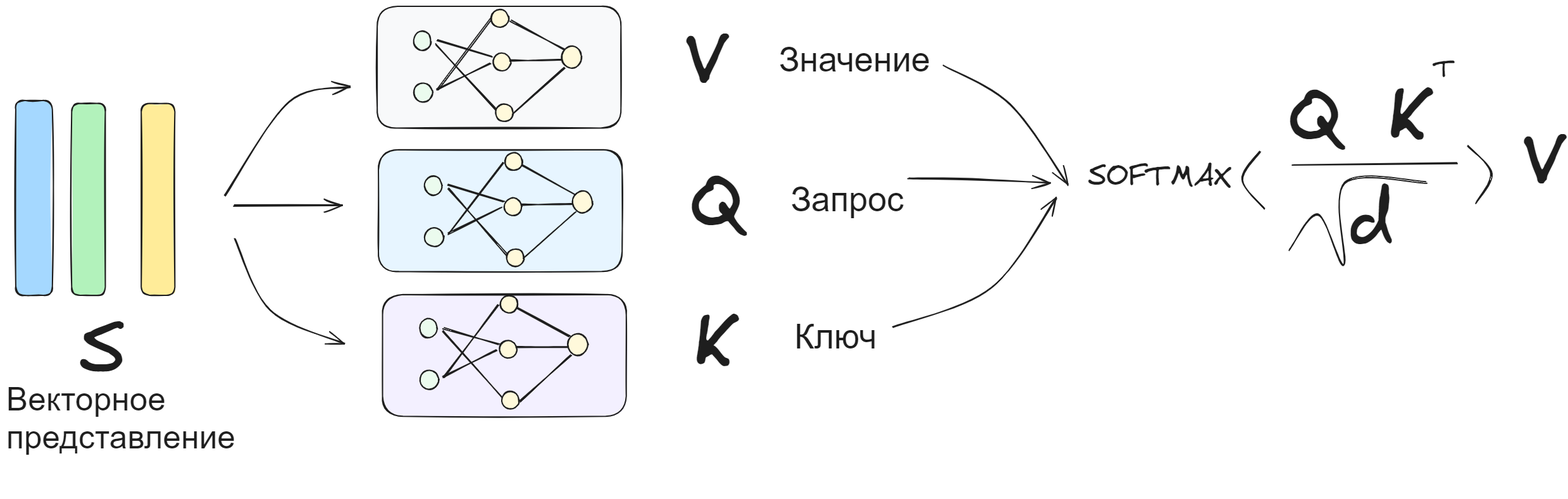
Before: diplom/assets/ml/nn/transformer.excalidraw.png, a diagram exported from Excalidraw (NMashalov/EducationGenerativeModelApplication). Source tidied: one line per element, renumbered; positions are measured from the earlier drawing's top-left corner, leaving out a move shared by most shapes.
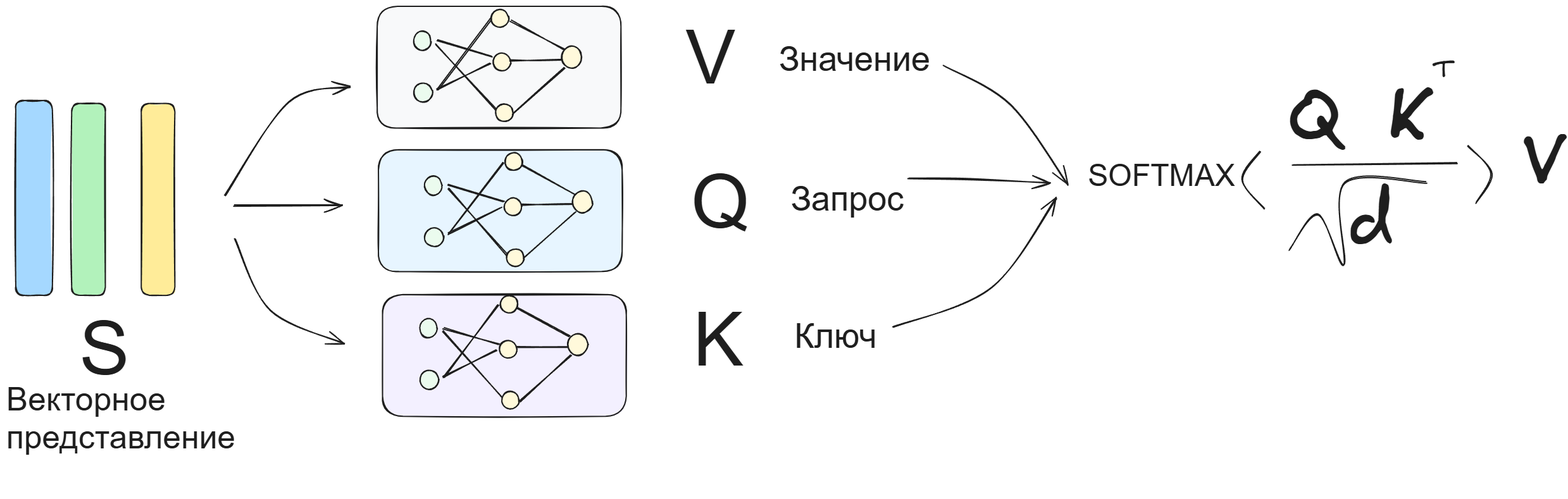
Later version of the same file.

The edit, as a diff of the source:
```diff
@@ -12,7 +12,7 @@
 {"id": 11, "type": "line", "strokeColor": "#1e1e1e", "angle": 1.58, "backgroundColor": "#fff9db", "fillStyle": "solid", "strokeWidth": 2, "roughness": 1, "round": true, "x": 879, "y": 174, "width": 73, "height": 81, "points": [[0, 0], [-73, -81]]}
 {"id": 12, "type": "line", "strokeColor": "#1e1e1e", "angle": 1.58, "backgroundColor": "#fff9db", "fillStyle": "solid", "strokeWidth": 2, "roughness": 1, "round": true, "x": 839, "y": 126, "width": 1, "height": 83, "points": [[0, 0], [-1, -37], [-1, -83]]}
 {"id": 13, "type": "ellipse", "strokeColor": "#1e1e1e", "angle": 1.58, "backgroundColor": "#fff9db", "fillStyle": "solid", "strokeWidth": 2, "roughness": 1, "round": true, "x": 876, "y": 65, "width": 34, "height": 32}
-{"id": 14, "type": "text", "text": "SOFTMAX", "strokeColor": "#1e1e1e", "strokeWidth": 2, "roughness": 1, "fontSize": 48.16, "fontFamily": 1, "x": 1709, "y": 240, "width": 228, "height": 60}
+{"id": 14, "type": "text", "text": "SOFTMAX", "strokeColor": "#1e1e1e", "strokeWidth": 2, "roughness": 1, "fontSize": 48.16, "fontFamily": 2, "x": 1709, "y": 240, "width": 233, "height": 55}
 {"id": 15, "type": "line", "strokeColor": "#1e1e1e", "strokeWidth": 2, "roughness": 1, "round": true, "x": 1982, "y": 229, "width": 34, "height": 91, "points": [[0, 0], [-28, 45], [6, 91]]}
 {"id": 16, "type": "text", "text": "Q", "strokeColor": "#1e1e1e", "strokeWidth": 2, "roughness": 1, "fontSize": 119.29, "fontFamily": 1, "x": 2028, "y": 105, "width": 84, "height": 149}
 {"id": 17, "type": "text", "text": "K", "strokeColor": "#1e1e1e", "strokeWidth": 2, "roughness": 1, "fontSize": 119.29, "fontFamily": 1, "x": 2183, "y": 101, "width": 73, "height": 149}
@@ -22,7 +22,7 @@
 {"id": 21, "type": "line", "strokeColor": "#1e1e1e", "strokeWidth": 2, "roughness": 1, "round": true, "x": 2027, "y": 384, "width": 218, "height": 130, "points": [[0, 0], [45, -54], [87, 24], [88, -105], [218, -106]]}
 {"id": 22, "type": "line", "strokeColor": "#1e1e1e", "angle": 3.05, "strokeWidth": 2, "roughness": 1, "round": true, "x": 2342, "y": 219, "width": 34, "height": 91, "points": [[0, 0], [-28, 45], [6, 91]]}
 {"id": 23, "type": "text", "text": "V", "strokeColor": "#1e1e1e", "strokeWidth": 2, "roughness": 1, "fontSize": 119.29, "fontFamily": 1, "x": 2397, "y": 172, "width": 62, "height": 149}
-{"id": 24, "type": "text", "text": "V", "strokeColor": "#1e1e1e", "strokeWidth": 2, "roughness": 1, "fontSize": 119.29, "fontFamily": 1, "x": 1073, "y": 13, "width": 62, "height": 149}
+{"id": 24, "type": "text", "text": "V", "strokeColor": "#1e1e1e", "strokeWidth": 2, "roughness": 1, "fontSize": 119.29, "fontFamily": 2, "x": 1073, "y": 13, "width": 80, "height": 137}
 {"id": 25, "type": "rectangle", "strokeColor": "#1e1e1e", "backgroundColor": "#e7f5ff", "fillStyle": "solid", "strokeWidth": 2, "roughness": 1, "round": true, "x": 588, "y": 227, "width": 385, "height": 192}
 {"id": 26, "type": "ellipse", "strokeColor": "#1e1e1e", "angle": 1.58, "backgroundColor": "#ebfbee", "fillStyle": "solid", "strokeWidth": 2, "roughness": 1, "round": true, "x": 659, "y": 270, "width": 31, "height": 28}
 {"id": 27, "type": "ellipse", "strokeColor": "#1e1e1e", "angle": 1.58, "backgroundColor": "#ebfbee", "fillStyle": "solid", "strokeWidth": 2, "roughness": 1, "round": true, "x": 661, "y": 350, "width": 30, "height": 30}
@@ -37,7 +37,7 @@
 {"id": 36, "type": "line", "strokeColor": "#1e1e1e", "angle": 1.58, "backgroundColor": "#fff9db", "fillStyle": "solid", "strokeWidth": 2, "roughness": 1, "round": true, "x": 856, "y": 355, "width": 1, "height": 83, "points": [[0, 0], [-1, -37], [-1, -83]]}
 {"id": 37, "type": "ellipse", "strokeColor": "#1e1e1e", "angle": 1.58, "backgroundColor": "#fff9db", "fillStyle": "solid", "strokeWidth": 2, "roughness": 1, "round": true, "x": 893, "y": 293, "width": 34, "height": 32}
 {"id": 38, "type": "ellipse", "strokeColor": "#1e1e1e", "angle": 1.58, "backgroundColor": "#fff9db", "fillStyle": "solid", "strokeWidth": 2, "roughness": 1, "round": true, "x": 788, "y": 232, "width": 28, "height": 28}
-{"id": 39, "type": "text", "text": "Q", "strokeColor": "#1e1e1e", "strokeWidth": 2, "roughness": 1, "fontSize": 119.29, "fontFamily": 1, "x": 1082, "y": 241, "width": 84, "height": 149}
+{"id": 39, "type": "text", "text": "Q", "strokeColor": "#1e1e1e", "strokeWidth": 2, "roughness": 1, "fontSize": 119.29, "fontFamily": 2, "x": 1082, "y": 241, "width": 93, "height": 137}
 {"id": 40, "type": "text", "text": "Значение", "strokeColor": "#1e1e1e", "strokeWidth": 2, "roughness": 1, "fontSize": 53.99, "fontFamily": 2, "x": 1221, "y": 53, "width": 239, "height": 62}
 {"id": 41, "type": "text", "text": "Запрос", "strokeColor": "#1e1e1e", "strokeWidth": 2, "roughness": 1, "fontSize": 53.99, "fontFamily": 2, "x": 1239, "y": 274, "width": 179, "height": 62}
 {"id": 42, "type": "rectangle", "strokeColor": "#1e1e1e", "backgroundColor": "#f3f0ff", "fillStyle": "solid", "strokeWidth": 2, "roughness": 1, "round": true, "x": 595, "y": 456, "width": 385, "height": 192}
@@ -54,10 +54,10 @@
 {"id": 53, "type": "line", "strokeColor": "#1e1e1e", "angle": 1.58, "backgroundColor": "#fff9db", "fillStyle": "solid", "strokeWidth": 2, "roughness": 1, "round": true, "x": 849, "y": 580, "width": 1, "height": 83, "points": [[0, 0], [-1, -37], [-1, -83]]}
 {"id": 54, "type": "ellipse", "strokeColor": "#1e1e1e", "angle": 1.58, "backgroundColor": "#fff9db", "fillStyle": "solid", "strokeWidth": 2, "roughness": 1, "round": true, "x": 886, "y": 519, "width": 34, "height": 32}
 {"id": 55, "type": "ellipse", "strokeColor": "#1e1e1e", "angle": 1.58, "backgroundColor": "#fff9db", "fillStyle": "solid", "strokeWidth": 2, "roughness": 1, "round": true, "x": 781, "y": 457, "width": 28, "height": 28}
-{"id": 56, "type": "text", "text": "K", "strokeColor": "#1e1e1e", "strokeWidth": 2, "roughness": 1, "fontSize": 119.29, "fontFamily": 1, "x": 1086, "y": 459, "width": 73, "height": 149}
+{"id": 56, "type": "text", "text": "K", "strokeColor": "#1e1e1e", "strokeWidth": 2, "roughness": 1, "fontSize": 119.29, "fontFamily": 2, "x": 1086, "y": 459, "width": 80, "height": 137}
 {"id": 57, "type": "text", "text": "Ключ", "strokeColor": "#1e1e1e", "strokeWidth": 2, "roughness": 1, "fontSize": 53.99, "fontFamily": 2, "x": 1245, "y": 491, "width": 130, "height": 62}
 {"id": 58, "type": "text", "text": "Векторное\nпредставление\n", "strokeColor": "#1e1e1e", "strokeWidth": 2, "roughness": 1, "fontSize": 51.49, "fontFamily": 2, "x": 0, "y": 592, "width": 362, "height": 178}
-{"id": 59, "type": "text", "text": "S", "strokeColor": "#1e1e1e", "strokeWidth": 2, "roughness": 1, "fontSize": 119.29, "fontFamily": 1, "x": 115, "y": 473, "width": 73, "height": 149}
+{"id": 59, "type": "text", "text": "S", "strokeColor": "#1e1e1e", "strokeWidth": 2, "roughness": 1, "fontSize": 119.29, "fontFamily": 2, "x": 115, "y": 473, "width": 80, "height": 137}
 {"id": 60, "type": "rectangle", "strokeColor": "#1e1e1e", "backgroundColor": "#a5d8ff", "fillStyle": "solid", "strokeWidth": 2, "roughness": 1, "round": true, "x": 15, "y": 149, "width": 58, "height": 308}
 {"id": 61, "type": "rectangle", "strokeColor": "#1e1e1e", "backgroundColor": "#b2f2bb", "fillStyle": "solid", "strokeWidth": 2, "roughness": 1, "round": true, "x": 103, "y": 154, "width": 53, "height": 304}
 {"id": 62, "type": "rectangle", "strokeColor": "#1e1e1e", "backgroundColor": "#ffec99", "fillStyle": "solid", "strokeWidth": 2, "roughness": 1, "round": true, "x": 213, "y": 154, "width": 53, "height": 304}
```
